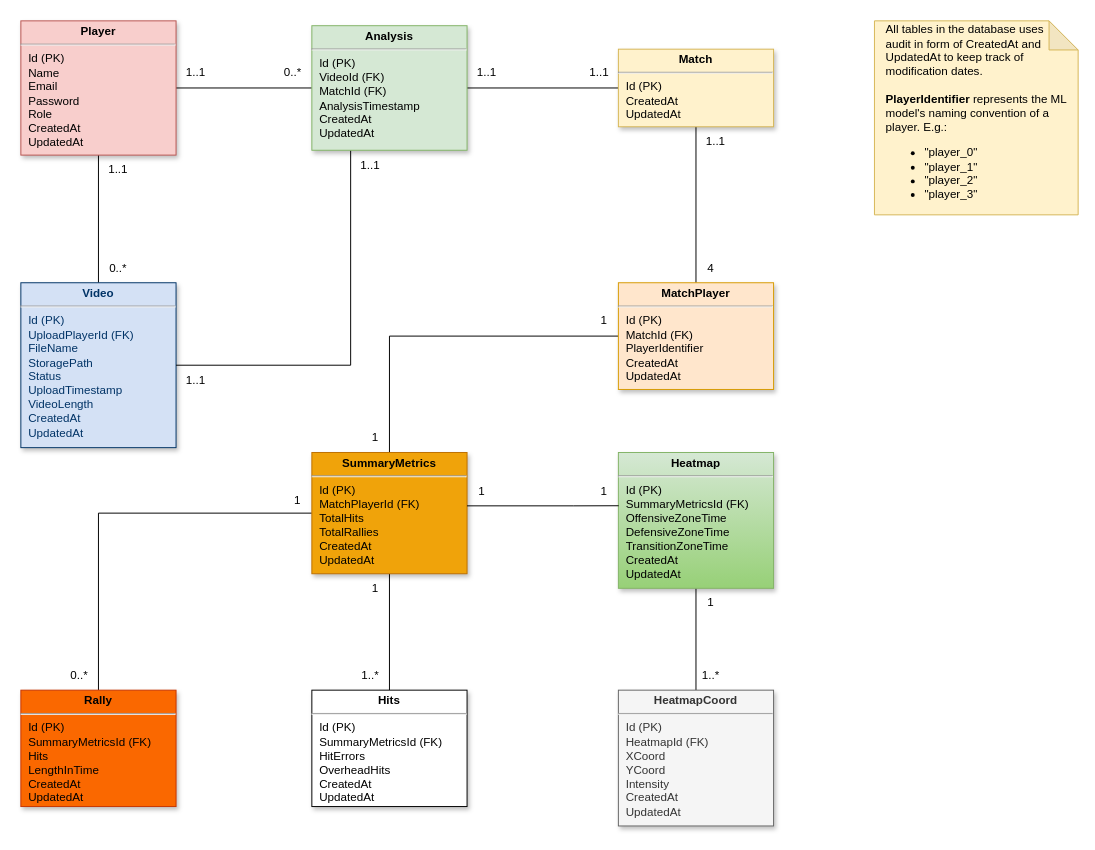
Before: Documentation/Analysis/Diagrams/RelationalModel.drawio in Olsen7351/Bachlor2025-Padel, a draw.io diagram. Source tidied: cells renumbered, new cells numbered last; positions are measured from the earlier drawing's top-left corner, leaving out a move shared by most shapes. Both pictures are drawn from the tidied source at 97%, with x=0, y=0 at pixel (20, 20).
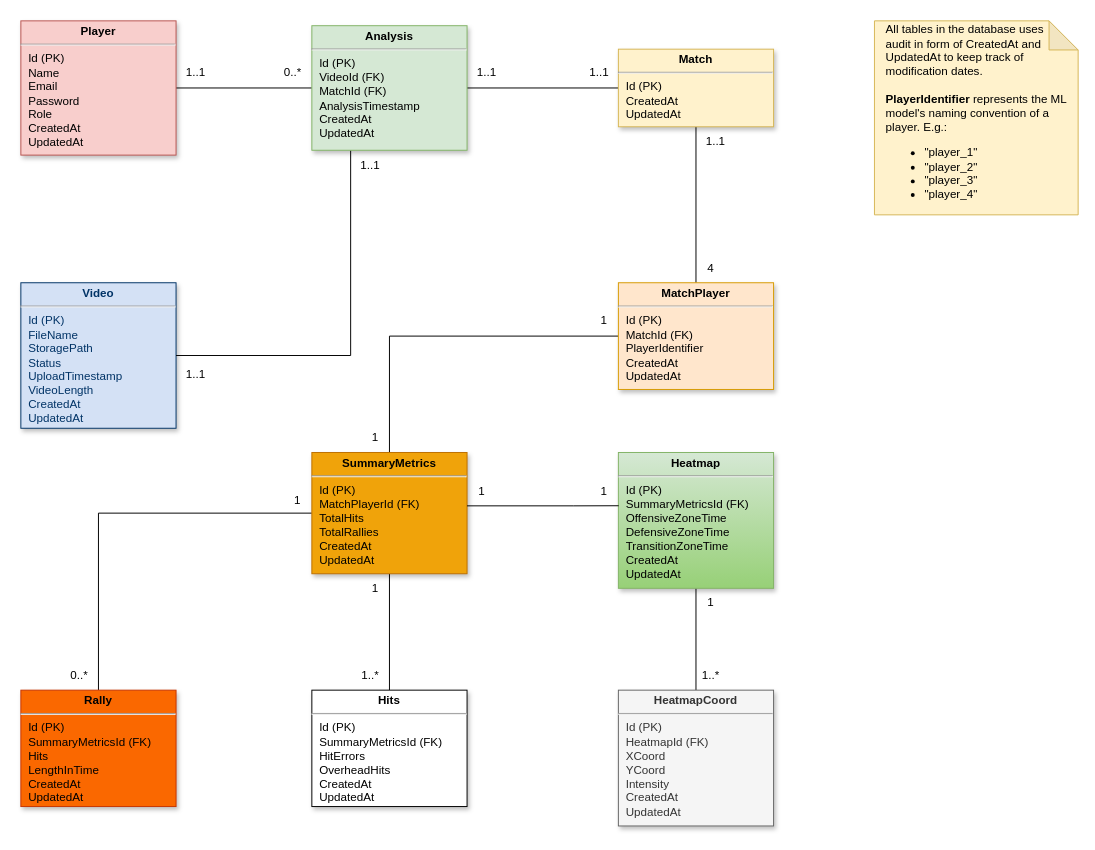
After the change.

Unchanged cells that the change refers to:
```xml
<mxCell id="4" value="&lt;p style=&quot;margin: 4px 0px 0px; text-align: center;&quot;&gt;&lt;b style=&quot;&quot;&gt;Player&lt;/b&gt;&lt;/p&gt;&lt;hr&gt;&lt;p style=&quot;margin: 0px; margin-left: 8px;&quot;&gt;Id (PK)&lt;/p&gt;&lt;p style=&quot;margin: 0px; margin-left: 8px;&quot;&gt;Name&lt;/p&gt;&lt;p style=&quot;margin: 0px; margin-left: 8px;&quot;&gt;Email&lt;/p&gt;&lt;p style=&quot;margin: 0px; margin-left: 8px;&quot;&gt;Password&lt;/p&gt;&lt;p style=&quot;margin: 0px; margin-left: 8px;&quot;&gt;Role&lt;/p&gt;&lt;p style=&quot;margin: 0px; margin-left: 8px;&quot;&gt;CreatedAt&lt;/p&gt;&lt;p style=&quot;margin: 0px; margin-left: 8px;&quot;&gt;UpdatedAt&lt;/p&gt;" style="verticalAlign=top;align=left;overflow=fill;fontSize=12;fontFamily=Helvetica;html=1;strokeColor=#b85450;shadow=1;fillColor=#f8cecc;" parent="1" vertex="1">
  <mxGeometry width="160" height="138.4" as="geometry" />
</mxCell>
```

The edit, as a diff of the source:
```diff
@@
-    <mxCell id="3" style="edgeStyle=orthogonalEdgeStyle;rounded=0;jettySize=auto;html=1;entryX=0.5;entryY=0;entryDx=0;entryDy=0;endArrow=none;endFill=0;" parent="1" edge="1" source="4" target="5">
-      <mxGeometry relative="1" as="geometry" />
-    </mxCell>
@@
-    <mxCell id="5" value="&lt;p style=&quot;margin: 4px 0px 0px; text-align: center;&quot;&gt;&lt;b style=&quot;&quot;&gt;Video&lt;/b&gt;&lt;/p&gt;&lt;hr&gt;&lt;p style=&quot;margin: 0px; margin-left: 8px;&quot;&gt;Id (PK)&lt;/p&gt;&lt;p style=&quot;margin: 0px; margin-left: 8px;&quot;&gt;UploadPlayerId (FK)&lt;/p&gt;&lt;p style=&quot;margin: 0px; margin-left: 8px;&quot;&gt;FileName&lt;/p&gt;&lt;p style=&quot;margin: 0px; margin-left: 8px;&quot;&gt;StoragePath&lt;/p&gt;&lt;p style=&quot;margin: 0px; margin-left: 8px;&quot;&gt;Status&lt;/p&gt;&lt;p style=&quot;margin: 0px; margin-left: 8px;&quot;&gt;UploadTimestamp&lt;/p&gt;&lt;p style=&quot;margin: 0px; margin-left: 8px;&quot;&gt;VideoLength&lt;/p&gt;&lt;p style=&quot;margin: 0px; margin-left: 8px;&quot;&gt;CreatedAt&lt;/p&gt;&lt;p style=&quot;margin: 0px; margin-left: 8px;&quot;&gt;UpdatedAt&lt;/p&gt;&lt;p style=&quot;margin: 0px; margin-left: 8px;&quot;&gt;&lt;br&gt;&lt;/p&gt;" style="verticalAlign=top;align=left;overflow=fill;fontSize=12;fontFamily=Helvetica;html=1;strokeColor=#003366;shadow=1;fillColor=#D4E1F5;fontColor=#003366;" parent="1" vertex="1">
-      <mxGeometry y="270" width="160" height="170" as="geometry" />
+    <mxCell id="5" value="&lt;p style=&quot;margin: 4px 0px 0px; text-align: center;&quot;&gt;&lt;b style=&quot;&quot;&gt;Video&lt;/b&gt;&lt;/p&gt;&lt;hr&gt;&lt;p style=&quot;margin: 0px; margin-left: 8px;&quot;&gt;Id (PK)&lt;/p&gt;&lt;p style=&quot;margin: 0px; margin-left: 8px;&quot;&gt;FileName&lt;/p&gt;&lt;p style=&quot;margin: 0px; margin-left: 8px;&quot;&gt;StoragePath&lt;/p&gt;&lt;p style=&quot;margin: 0px; margin-left: 8px;&quot;&gt;Status&lt;/p&gt;&lt;p style=&quot;margin: 0px; margin-left: 8px;&quot;&gt;UploadTimestamp&lt;/p&gt;&lt;p style=&quot;margin: 0px; margin-left: 8px;&quot;&gt;VideoLength&lt;/p&gt;&lt;p style=&quot;margin: 0px; margin-left: 8px;&quot;&gt;CreatedAt&lt;/p&gt;&lt;p style=&quot;margin: 0px; margin-left: 8px;&quot;&gt;UpdatedAt&lt;/p&gt;" style="verticalAlign=top;align=left;overflow=fill;fontSize=12;fontFamily=Helvetica;html=1;strokeColor=#003366;shadow=1;fillColor=#D4E1F5;fontColor=#003366;" parent="1" vertex="1">
+      <mxGeometry y="270" width="160" height="150" as="geometry" />
     </mxCell>
@@
-    <mxCell id="24" value="1..1" style="text;html=1;align=center;verticalAlign=middle;strokeColor=none;fillColor=none;" parent="1" vertex="1">
-      <mxGeometry x="80" y="138.4" width="40" height="30" as="geometry" />
-    </mxCell>
-    <mxCell id="25" value="0..*" style="text;html=1;align=center;verticalAlign=middle;strokeColor=none;fillColor=none;" parent="1" vertex="1">
-      <mxGeometry x="80" y="240" width="40" height="30" as="geometry" />
-    </mxCell>
@@
     <mxCell id="27" value="1..1" style="text;html=1;align=center;verticalAlign=middle;strokeColor=none;fillColor=none;" parent="1" vertex="1">
-      <mxGeometry x="160" y="356" width="40" height="30" as="geometry" />
+      <mxGeometry x="160" y="350" width="40" height="30" as="geometry" />
     </mxCell>
@@
-    <mxCell id="42" value="&lt;div style=&quot;padding-left: 10px; padding-right: 10px;&quot;&gt;All tables in the database uses audit in form of CreatedAt and UpdatedAt to keep track of modification dates.&lt;div&gt;&lt;br&gt;&lt;/div&gt;&lt;div&gt;&lt;b&gt;PlayerIdentifier&lt;/b&gt; represents the ML model's naming convention of a player. E.g.:&lt;/div&gt;&lt;div&gt;&lt;ul&gt;&lt;li&gt;&quot;player_0&quot;&lt;/li&gt;&lt;li&gt;&quot;player_1&quot;&lt;/li&gt;&lt;li&gt;&quot;player_2&quot;&lt;/li&gt;&lt;li&gt;&quot;player_3&quot;&lt;/li&gt;&lt;/ul&gt;&lt;/div&gt;&lt;/div&gt;" style="shape=note;whiteSpace=wrap;html=1;backgroundOutline=1;darkOpacity=0.05;fillColor=#fff2cc;strokeColor=#d6b656;align=left;" parent="1" vertex="1">
+    <mxCell id="42" value="&lt;div style=&quot;padding-left: 10px; padding-right: 10px;&quot;&gt;All tables in the database uses audit in form of CreatedAt and UpdatedAt to keep track of modification dates.&lt;div&gt;&lt;br&gt;&lt;/div&gt;&lt;div&gt;&lt;b&gt;PlayerIdentifier&lt;/b&gt; represents the ML model's naming convention of a player. E.g.:&lt;/div&gt;&lt;div&gt;&lt;ul&gt;&lt;li&gt;&quot;player_1&quot;&lt;/li&gt;&lt;li&gt;&quot;player_2&quot;&lt;/li&gt;&lt;li&gt;&quot;player_3&quot;&lt;/li&gt;&lt;li&gt;&quot;player_4&quot;&lt;/li&gt;&lt;/ul&gt;&lt;/div&gt;&lt;/div&gt;" style="shape=note;whiteSpace=wrap;html=1;backgroundOutline=1;darkOpacity=0.05;fillColor=#fff2cc;strokeColor=#d6b656;align=left;" parent="1" vertex="1">
       <mxGeometry x="880" width="210" height="200" as="geometry" />
     </mxCell>
```
